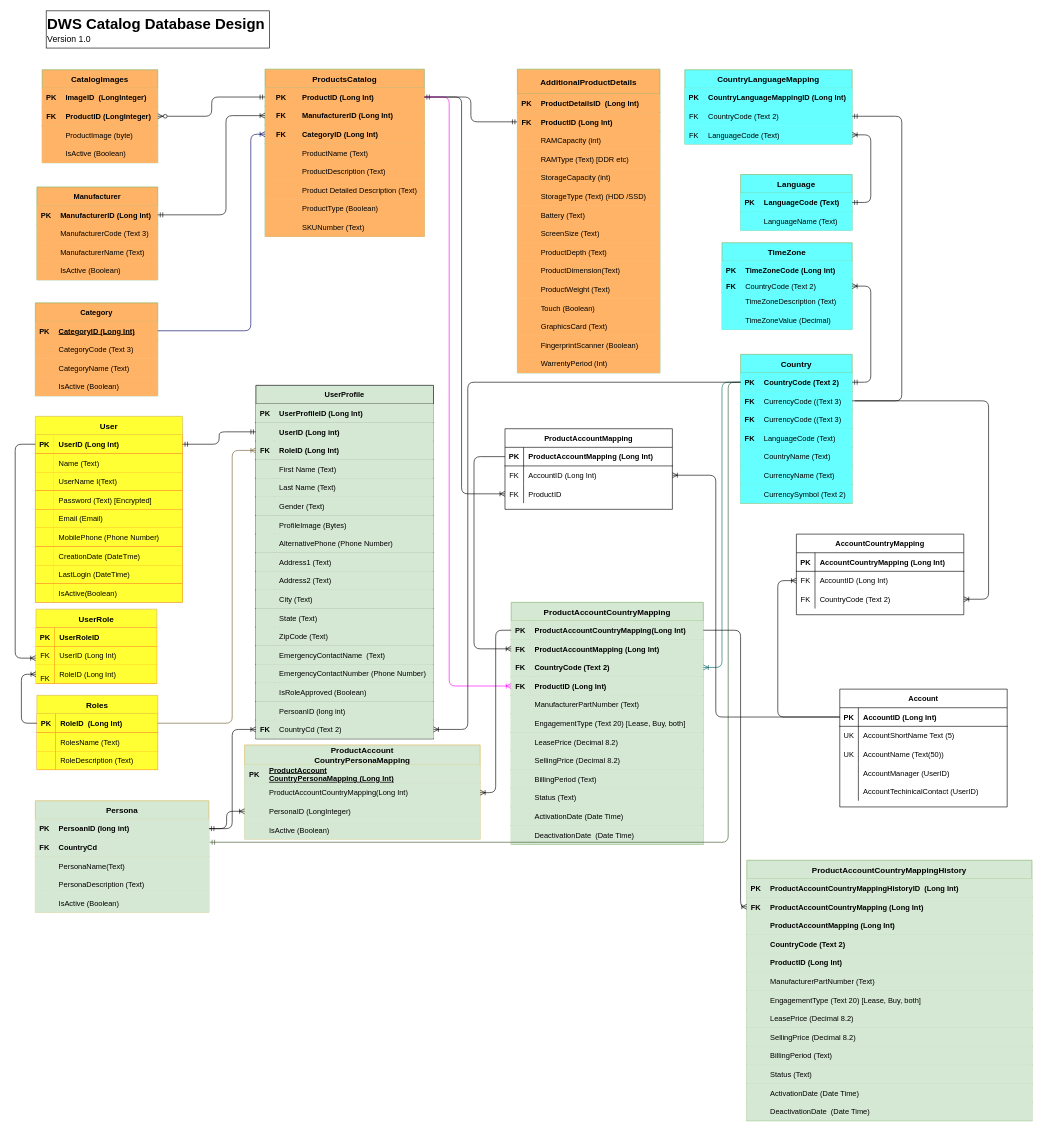
Earlier version of the draw.io diagram Drawings/CatalogDesign.drawio (bgunupati/DrawIO). Source tidied: cells renumbered, new cells numbered last; positions are measured from the earlier drawing's top-left corner, leaving out a move shared by most shapes. Both pictures are drawn from the tidied source at 62%, with x=0, y=0 at pixel (15, 11).
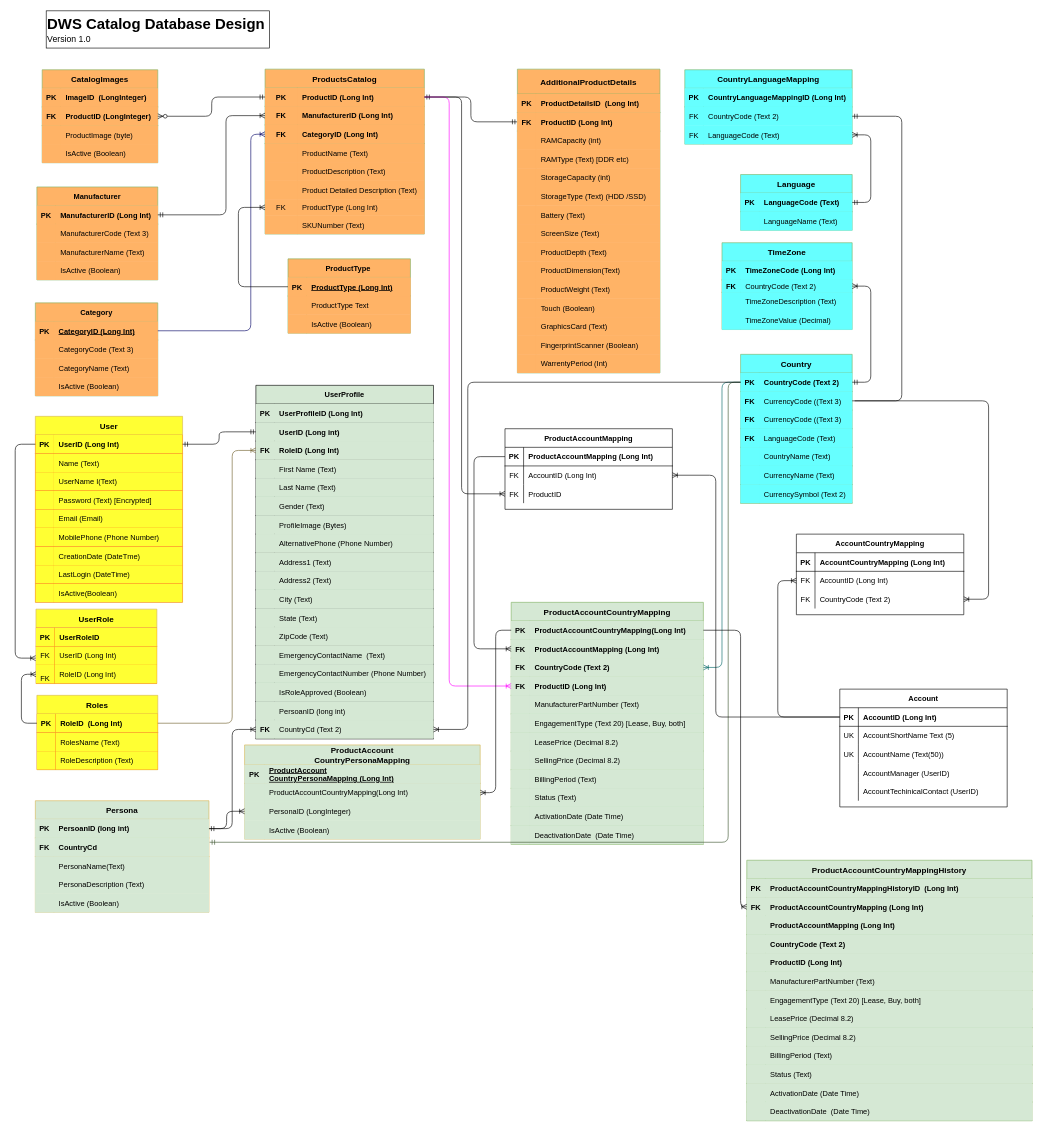
After the change.

Commit message:
Added Product type table

Diff of the diagram source:
```diff
@@
     <mxCell id="2" value="ProductsCatalog" style="shape=table;startSize=30;childLayout=tableLayout;rowLines=0;fontStyle=1;align=center;strokeColor=#82b366;fontSize=13;fillColor=#FFB366;" parent="1" vertex="1">
-      <mxGeometry x="403" y="94" width="257" height="270" as="geometry" />
+      <mxGeometry x="403" y="94" width="257" height="266" as="geometry" />
     </mxCell>
@@
     <mxCell id="21" style="shape=partialRectangle;top=0;left=0;bottom=0;right=0;points=[[0,0.5],[1,0.5]];portConstraint=eastwest;strokeColor=#82b366;fillColor=#FFB366;" parent="2" vertex="1">
-      <mxGeometry y="210" width="257" height="30" as="geometry" />
+      <mxGeometry y="210" width="257" height="26" as="geometry" />
     </mxCell>
-    <mxCell id="22" style="shape=partialRectangle;top=0;left=0;bottom=0;right=0;overflow=hidden;strokeColor=#82b366;fillColor=#FFB366;" parent="21" vertex="1">
-      <mxGeometry width="52" height="30" as="geometry" />
+    <mxCell id="22" value="FK" style="shape=partialRectangle;top=0;left=0;bottom=0;right=0;overflow=hidden;strokeColor=#82b366;fillColor=#FFB366;" parent="21" vertex="1">
+      <mxGeometry width="52" height="26" as="geometry" />
     </mxCell>
-    <mxCell id="23" value="ProductType (Boolean)" style="shape=partialRectangle;top=0;left=0;bottom=0;right=0;align=left;spacingLeft=6;overflow=hidden;strokeColor=#82b366;fillColor=#FFB366;" parent="21" vertex="1">
-      <mxGeometry x="52" width="205" height="30" as="geometry" />
+    <mxCell id="23" value="ProductType (Long Int)" style="shape=partialRectangle;top=0;left=0;bottom=0;right=0;align=left;spacingLeft=6;overflow=hidden;strokeColor=#82b366;fillColor=#FFB366;" parent="21" vertex="1">
+      <mxGeometry x="52" width="205" height="26" as="geometry" />
     </mxCell>
     <mxCell id="24" style="shape=partialRectangle;top=0;left=0;bottom=0;right=0;strokeColor=#82b366;fillColor=#FFB366;" parent="2" vertex="1">
-      <mxGeometry y="240" width="257" height="30" as="geometry" />
+      <mxGeometry y="236" width="257" height="30" as="geometry" />
     </mxCell>
@@
+    <mxCell id="435" value="ProductType " style="shape=table;startSize=30;childLayout=tableLayout;rowLines=0;fontStyle=1;align=center;strokeColor=#82b366;fillColor=#FFB366;" parent="1" vertex="1">
+      <mxGeometry x="440" y="400" width="197.5" height="120" as="geometry" />
+    </mxCell>
+    <mxCell id="436" style="shape=partialRectangle;top=0;left=0;bottom=1;right=0;points=[[0,0.5],[1,0.5]];portConstraint=eastwest;strokeColor=#82b366;fillColor=#FFB366;" parent="435" vertex="1">
+      <mxGeometry y="30" width="197.5" height="30" as="geometry" />
+    </mxCell>
+    <mxCell id="437" value="PK" style="shape=partialRectangle;top=0;left=0;bottom=0;right=0;fontStyle=1;overflow=hidden;strokeColor=#82b366;fillColor=#FFB366;" parent="436" vertex="1">
+      <mxGeometry width="30" height="30" as="geometry" />
+    </mxCell>
+    <mxCell id="438" value="ProductType (Long Int)" style="shape=partialRectangle;top=0;left=0;bottom=0;right=0;align=left;spacingLeft=6;fontStyle=5;overflow=hidden;strokeColor=#82b366;fillColor=#FFB366;" parent="436" vertex="1">
+      <mxGeometry x="30" width="167.5" height="30" as="geometry" />
+    </mxCell>
+    <mxCell id="439" style="shape=partialRectangle;top=0;left=0;bottom=0;right=0;strokeColor=#82b366;fillColor=#FFB366;" parent="435" vertex="1">
+      <mxGeometry y="60" width="197.5" height="30" as="geometry" />
+    </mxCell>
+    <mxCell id="440" style="shape=partialRectangle;top=0;left=0;bottom=0;right=0;overflow=hidden;strokeColor=#82b366;fillColor=#FFB366;" parent="439" vertex="1">
+      <mxGeometry width="30" height="30" as="geometry" />
+    </mxCell>
+    <mxCell id="441" value="ProductType Text" style="shape=partialRectangle;top=0;left=0;bottom=0;right=0;align=left;spacingLeft=6;overflow=hidden;strokeColor=#82b366;fillColor=#FFB366;" parent="439" vertex="1">
+      <mxGeometry x="30" width="167.5" height="30" as="geometry" />
+    </mxCell>
+    <mxCell id="442" style="shape=partialRectangle;top=0;left=0;bottom=0;right=0;strokeColor=#82b366;fillColor=#FFB366;" parent="435" vertex="1">
+      <mxGeometry y="90" width="197.5" height="30" as="geometry" />
+    </mxCell>
+    <mxCell id="443" style="shape=partialRectangle;top=0;left=0;bottom=0;right=0;overflow=hidden;strokeColor=#82b366;fillColor=#FFB366;" parent="442" vertex="1">
+      <mxGeometry width="30" height="30" as="geometry" />
+    </mxCell>
+    <mxCell id="444" value="IsActive (Boolean)" style="shape=partialRectangle;top=0;left=0;bottom=0;right=0;align=left;spacingLeft=6;overflow=hidden;strokeColor=#82b366;fillColor=#FFB366;" parent="442" vertex="1">
+      <mxGeometry x="30" width="167.5" height="30" as="geometry" />
+    </mxCell>
+    <mxCell id="445" style="edgeStyle=elbowEdgeStyle;fontSize=12;html=1;endArrow=ERoneToMany;exitX=0;exitY=0.5;exitDx=0;exitDy=0;entryX=0;entryY=0.5;entryDx=0;entryDy=0;" parent="1" edge="1" source="436" target="21">
+      <mxGeometry relative="1" as="geometry">
+        <Array as="points">
+          <mxPoint x="360" y="380" />
+        </Array>
+      </mxGeometry>
+    </mxCell>
```
